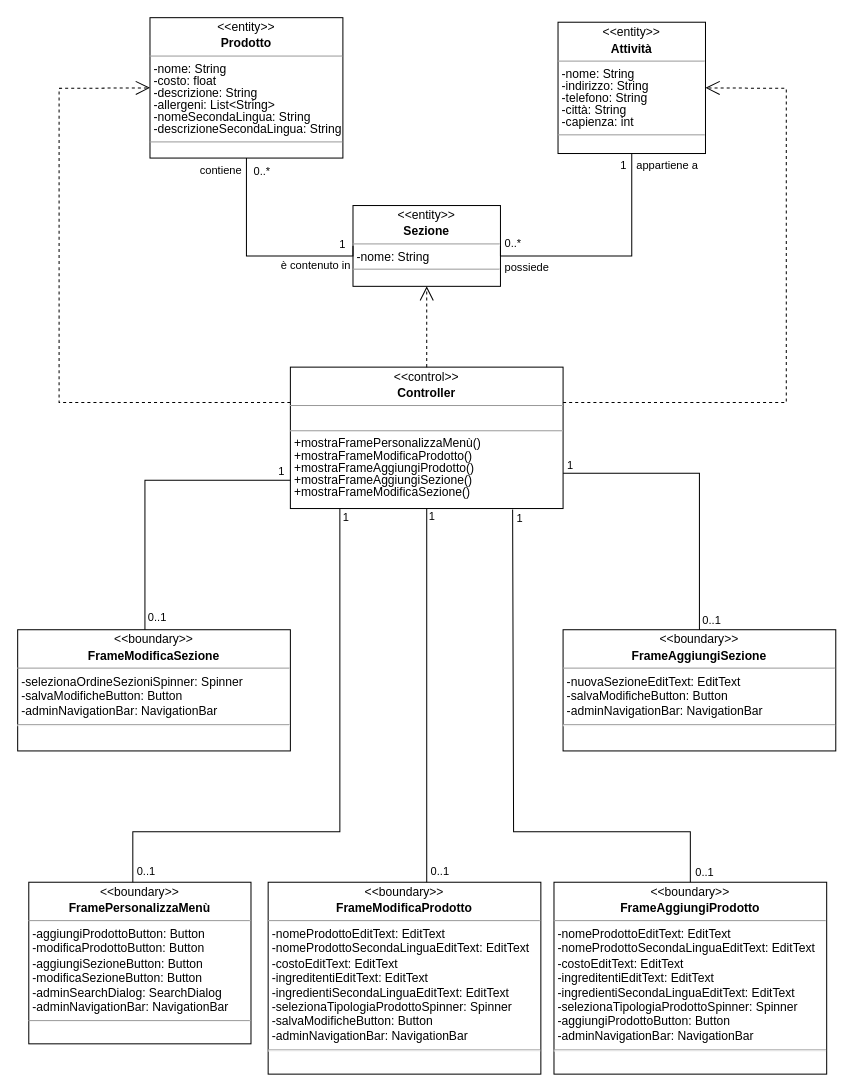
Earlier version of the draw.io diagram Documentazione/Class Diagram/Analisi/drawio/Analysis Class Diagram - Personalizza menù.drawio (vittorioruggiero/Progetto-IngSw). Source tidied: cells renumbered, new cells numbered last; positions are measured from the earlier drawing's top-left corner, leaving out a move shared by most shapes. Both pictures are drawn from the tidied source at 101%, with x=0, y=0 at pixel (17, 17).
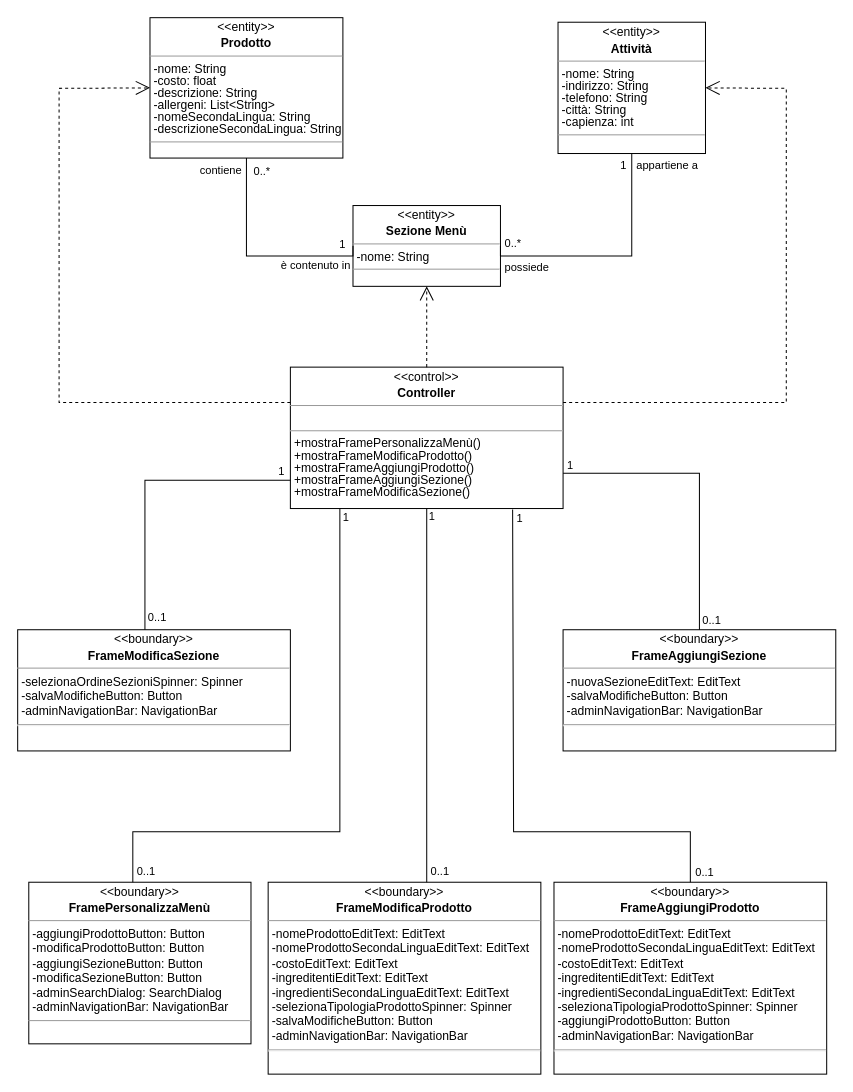
The same diagram, later.

Commit message (it also covers changes not shown here):
modificato nome classe "Sezione" in "Sezione Menù"

Diff of the diagram source:
```diff
@@
-    <mxCell id="9" value="&lt;p style=&quot;margin: 4px 0px 0px; text-align: center; line-height: 100%;&quot;&gt;&amp;lt;&amp;lt;entity&amp;gt;&amp;gt;&lt;/p&gt;&lt;p style=&quot;margin: 4px 0px 0px; text-align: center; line-height: 100%;&quot;&gt;&lt;b&gt;Sezione&lt;/b&gt;&lt;/p&gt;&lt;hr style=&quot;line-height: 100%;&quot; size=&quot;1&quot;&gt;&lt;p style=&quot;margin: 0px 0px 0px 4px; line-height: 100%;&quot;&gt;-nome: String&lt;/p&gt;&lt;hr style=&quot;line-height: 100%;&quot; size=&quot;1&quot;&gt;&lt;p style=&quot;margin: 0px 0px 0px 4px; line-height: 100%;&quot;&gt;&lt;br&gt;&lt;/p&gt;" style="verticalAlign=top;align=left;overflow=fill;fontSize=12;fontFamily=Helvetica;html=1;" parent="1" vertex="1">
+    <mxCell id="9" value="&lt;p style=&quot;margin: 4px 0px 0px; text-align: center; line-height: 100%;&quot;&gt;&amp;lt;&amp;lt;entity&amp;gt;&amp;gt;&lt;/p&gt;&lt;p style=&quot;margin: 4px 0px 0px; text-align: center; line-height: 100%;&quot;&gt;&lt;b&gt;Sezione Menù&lt;/b&gt;&lt;/p&gt;&lt;hr style=&quot;line-height: 100%;&quot; size=&quot;1&quot;&gt;&lt;p style=&quot;margin: 0px 0px 0px 4px; line-height: 100%;&quot;&gt;-nome: String&lt;/p&gt;&lt;hr style=&quot;line-height: 100%;&quot; size=&quot;1&quot;&gt;&lt;p style=&quot;margin: 0px 0px 0px 4px; line-height: 100%;&quot;&gt;&lt;br&gt;&lt;/p&gt;" style="verticalAlign=top;align=left;overflow=fill;fontSize=12;fontFamily=Helvetica;html=1;" parent="1" vertex="1">
       <mxGeometry x="332" y="186" width="146" height="80" as="geometry" />
     </mxCell>
```
